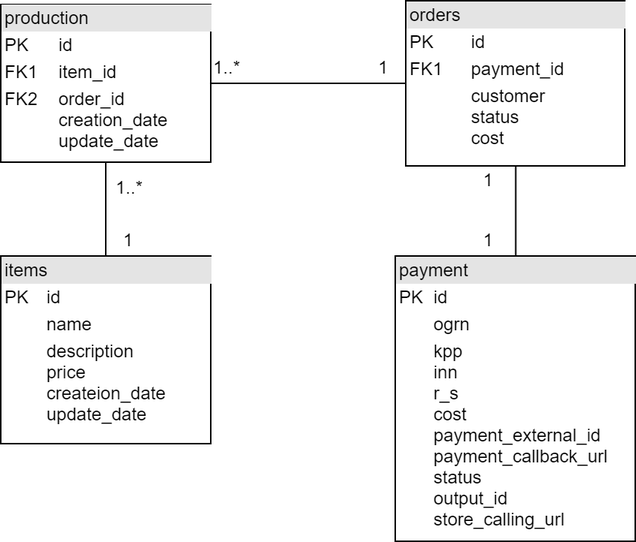
This is ms-supplier-db/models/Logical.png from SergeiRussov/rd-epam-java-2020-supplier, a draw.io export, as it was before one commit. Source tidied: cells renumbered, new cells last; positions are measured from the earlier drawing's top-left corner, leaving out a move shared by most shapes.
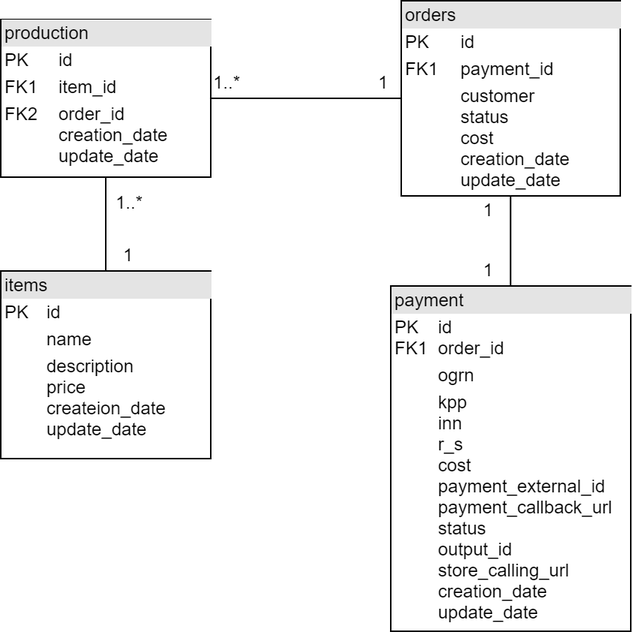
After the change.

The edit, as a diff of the source:
```diff
@@ -14,14 +14,14 @@
     <mxCell id="5" value="&lt;div style=&quot;box-sizing: border-box ; width: 100% ; background: #e4e4e4 ; padding: 2px&quot;&gt;items&lt;/div&gt;&lt;table style=&quot;width: 100% ; font-size: 1em&quot; cellpadding=&quot;2&quot; cellspacing=&quot;0&quot;&gt;&lt;tbody&gt;&lt;tr&gt;&lt;td&gt;PK&lt;/td&gt;&lt;td&gt;id&lt;/td&gt;&lt;/tr&gt;&lt;tr&gt;&lt;td&gt;&lt;br&gt;&lt;/td&gt;&lt;td&gt;name&lt;/td&gt;&lt;/tr&gt;&lt;tr&gt;&lt;td&gt;&lt;/td&gt;&lt;td&gt;description&lt;br&gt;price&lt;br&gt;createion_date&lt;br&gt;update_date&lt;/td&gt;&lt;/tr&gt;&lt;/tbody&gt;&lt;/table&gt;" style="verticalAlign=top;align=left;overflow=fill;html=1;fontSize=12;" parent="1" vertex="1">
       <mxGeometry y="170" width="140" height="125" as="geometry" />
     </mxCell>
-    <mxCell id="6" value="&lt;div style=&quot;box-sizing: border-box ; width: 100% ; background: #e4e4e4 ; padding: 2px&quot;&gt;payment&lt;/div&gt;&lt;table style=&quot;width: 100% ; font-size: 1em&quot; cellpadding=&quot;2&quot; cellspacing=&quot;0&quot;&gt;&lt;tbody&gt;&lt;tr&gt;&lt;td&gt;PK&lt;/td&gt;&lt;td&gt;id&lt;/td&gt;&lt;/tr&gt;&lt;tr&gt;&lt;td&gt;&lt;br&gt;&lt;/td&gt;&lt;td&gt;ogrn&lt;/td&gt;&lt;/tr&gt;&lt;tr&gt;&lt;td&gt;&lt;/td&gt;&lt;td&gt;kpp&lt;br&gt;inn&lt;br&gt;r_s&lt;br&gt;cost&lt;br&gt;payment_external_id&lt;br&gt;payment_callback_url&lt;br&gt;status&lt;br&gt;output_id&lt;br&gt;store_calling_url&lt;/td&gt;&lt;/tr&gt;&lt;/tbody&gt;&lt;/table&gt;" style="verticalAlign=top;align=left;overflow=fill;html=1;fontSize=12;noLabel=0;portConstraintRotation=0;" parent="1" vertex="1">
-      <mxGeometry x="263" y="170" width="160" height="190" as="geometry" />
+    <mxCell id="6" value="&lt;div style=&quot;box-sizing: border-box ; width: 100% ; background: #e4e4e4 ; padding: 2px&quot;&gt;payment&lt;/div&gt;&lt;table style=&quot;width: 100% ; font-size: 1em&quot; cellpadding=&quot;2&quot; cellspacing=&quot;0&quot;&gt;&lt;tbody&gt;&lt;tr&gt;&lt;td&gt;PK&lt;br&gt;FK1&lt;/td&gt;&lt;td&gt;id&lt;br&gt;order_id&lt;/td&gt;&lt;/tr&gt;&lt;tr&gt;&lt;td&gt;&lt;br&gt;&lt;/td&gt;&lt;td&gt;ogrn&lt;/td&gt;&lt;/tr&gt;&lt;tr&gt;&lt;td&gt;&lt;/td&gt;&lt;td&gt;kpp&lt;br&gt;inn&lt;br&gt;r_s&lt;br&gt;cost&lt;br&gt;payment_external_id&lt;br&gt;payment_callback_url&lt;br&gt;status&lt;br&gt;output_id&lt;br&gt;store_calling_url&lt;br&gt;creation_date&lt;br&gt;update_date&lt;/td&gt;&lt;/tr&gt;&lt;/tbody&gt;&lt;/table&gt;" style="verticalAlign=top;align=left;overflow=fill;html=1;fontSize=12;noLabel=0;portConstraintRotation=0;" parent="1" vertex="1">
+      <mxGeometry x="260" y="180" width="160" height="230" as="geometry" />
     </mxCell>
     <mxCell id="7" style="edgeStyle=orthogonalEdgeStyle;rounded=0;jettySize=auto;html=1;fontSize=12;endArrow=none;endFill=0;" parent="1" edge="1" source="8" target="6">
       <mxGeometry relative="1" as="geometry" />
     </mxCell>
-    <mxCell id="8" value="&lt;div style=&quot;box-sizing: border-box ; width: 100% ; background: #e4e4e4 ; padding: 2px&quot;&gt;orders&lt;/div&gt;&lt;table style=&quot;width: 100% ; font-size: 1em&quot; cellpadding=&quot;2&quot; cellspacing=&quot;0&quot;&gt;&lt;tbody&gt;&lt;tr&gt;&lt;td&gt;PK&lt;/td&gt;&lt;td&gt;id&lt;/td&gt;&lt;/tr&gt;&lt;tr&gt;&lt;td&gt;FK1&lt;/td&gt;&lt;td&gt;payment_id&lt;/td&gt;&lt;/tr&gt;&lt;tr&gt;&lt;td&gt;&lt;/td&gt;&lt;td&gt;customer&lt;br&gt;status&lt;br&gt;cost&lt;br&gt;&lt;br&gt;&lt;/td&gt;&lt;/tr&gt;&lt;/tbody&gt;&lt;/table&gt;" style="verticalAlign=top;align=left;overflow=fill;html=1;fontSize=12;" parent="1" vertex="1">
-      <mxGeometry x="270" width="146" height="110" as="geometry" />
+    <mxCell id="8" value="&lt;div style=&quot;box-sizing: border-box ; width: 100% ; background: #e4e4e4 ; padding: 2px&quot;&gt;orders&lt;/div&gt;&lt;table style=&quot;width: 100% ; font-size: 1em&quot; cellpadding=&quot;2&quot; cellspacing=&quot;0&quot;&gt;&lt;tbody&gt;&lt;tr&gt;&lt;td&gt;PK&lt;/td&gt;&lt;td&gt;id&lt;/td&gt;&lt;/tr&gt;&lt;tr&gt;&lt;td&gt;FK1&lt;/td&gt;&lt;td&gt;payment_id&lt;/td&gt;&lt;/tr&gt;&lt;tr&gt;&lt;td&gt;&lt;/td&gt;&lt;td&gt;customer&lt;br&gt;status&lt;br&gt;cost&lt;br&gt;creation_date&lt;br&gt;update_date&lt;br&gt;&lt;br&gt;&lt;/td&gt;&lt;/tr&gt;&lt;/tbody&gt;&lt;/table&gt;" style="verticalAlign=top;align=left;overflow=fill;html=1;fontSize=12;" parent="1" vertex="1">
+      <mxGeometry x="267" y="-10" width="146" height="130" as="geometry" />
     </mxCell>
     <mxCell id="9" value="1" style="text;html=1;align=left;verticalAlign=top;spacingTop=-4;" parent="1" vertex="1">
       <mxGeometry x="80" y="150" width="20" height="20" as="geometry" />
@@ -36,10 +36,10 @@
       <mxGeometry x="75" y="115" width="30" height="20" as="geometry" />
     </mxCell>
     <mxCell id="13" value="1" style="text;html=1;align=left;verticalAlign=top;spacingTop=-4;" parent="1" vertex="1">
-      <mxGeometry x="320" y="110" width="20" height="20" as="geometry" />
+      <mxGeometry x="320" y="120" width="20" height="20" as="geometry" />
     </mxCell>
     <mxCell id="14" value="1" style="text;html=1;align=left;verticalAlign=top;spacingTop=-4;" parent="1" vertex="1">
-      <mxGeometry x="320" y="150" width="20" height="20" as="geometry" />
+      <mxGeometry x="320" y="160" width="20" height="20" as="geometry" />
     </mxCell>
   </root>
 </mxGraphModel>
```
